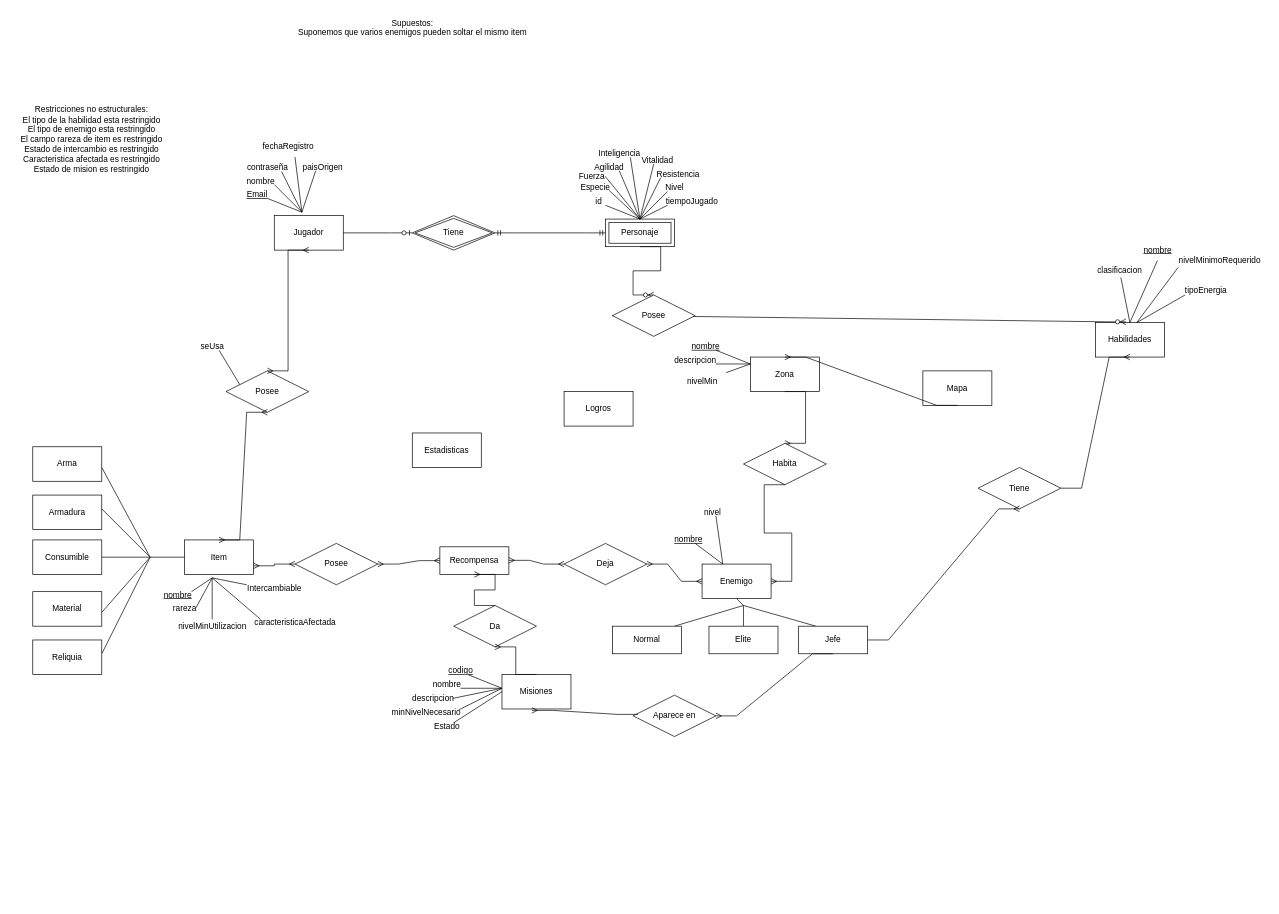
Before: Parte1.drawio in MartinAlonsoo/Obligatorio1BD2, a draw.io diagram. Source tidied: cells renumbered, new cells numbered last; positions are measured from the earlier drawing's top-left corner, leaving out a move shared by most shapes. Both pictures are drawn from the tidied source at 69%, with x=0, y=0 at pixel (12, 12).
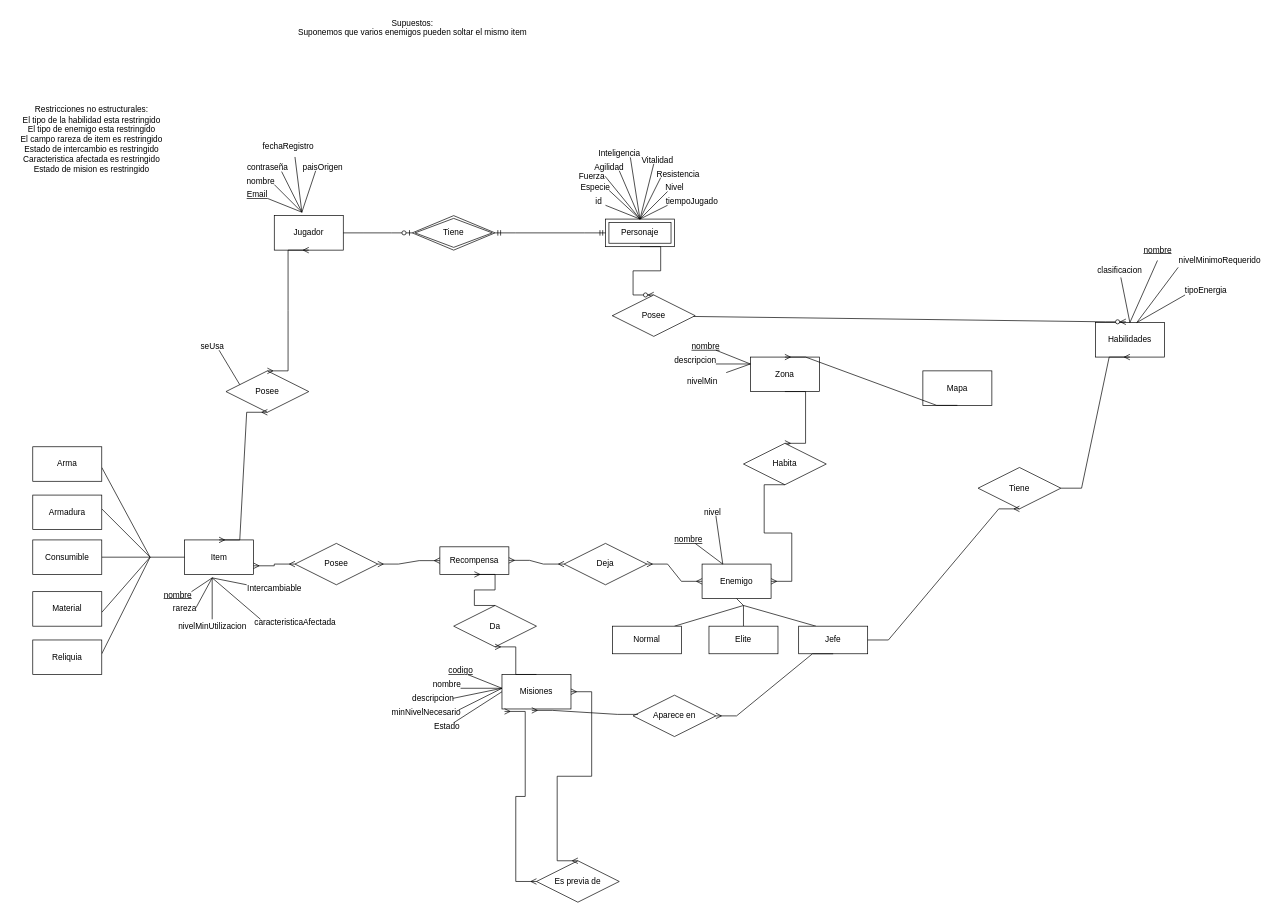
Above is the later version.

Commit message:
Mer Funcionalmente Terminado

The change refers to these unchanged cells:
```xml
<mxCell id="27" value="Misiones" style="rounded=0;whiteSpace=wrap;html=1;" parent="1" vertex="1">
  <mxGeometry x="710" y="960" width="100" height="50" as="geometry" />
</mxCell>
```

Diff of the diagram source:
```diff
@@
-    <mxCell id="6" value="Estadisticas" style="rounded=0;whiteSpace=wrap;html=1;" parent="1" vertex="1">
-      <mxGeometry x="580" y="610" width="100" height="50" as="geometry" />
-    </mxCell>
-    <mxCell id="7" value="Logros" style="rounded=0;whiteSpace=wrap;html=1;" parent="1" vertex="1">
-      <mxGeometry x="800" y="550" width="100" height="50" as="geometry" />
-    </mxCell>
@@
+    <mxCell id="115" value="Es previa de" style="shape=rhombus;perimeter=rhombusPerimeter;whiteSpace=wrap;html=1;align=center;" parent="1" vertex="1">
+      <mxGeometry x="760" y="1230" width="120" height="60" as="geometry" />
+    </mxCell>
+    <mxCell id="116" style="edgeStyle=entityRelationEdgeStyle;fontSize=12;html=1;endArrow=ERmany;startArrow=ERmany;rounded=0;exitX=0.037;exitY=1.071;exitDx=0;exitDy=0;entryX=0;entryY=0.5;entryDx=0;entryDy=0;exitPerimeter=0;" parent="1" edge="1" source="27" target="115">
+      <mxGeometry relative="1" as="geometry">
+        <Array as="points">
+          <mxPoint x="589.4" y="1207.5" />
+          <mxPoint x="579.4" y="1177.5" />
+          <mxPoint x="650" y="1160" />
+          <mxPoint x="589.4" y="1177.5" />
+          <mxPoint x="629.4" y="1247.5" />
+        </Array>
+      </mxGeometry>
+    </mxCell>
+    <mxCell id="117" style="edgeStyle=entityRelationEdgeStyle;fontSize=12;html=1;endArrow=ERmany;startArrow=ERmany;rounded=0;exitX=1;exitY=0.5;exitDx=0;exitDy=0;entryX=0.5;entryY=0;entryDx=0;entryDy=0;" parent="1" edge="1" source="27" target="115">
+      <mxGeometry relative="1" as="geometry">
+        <Array as="points">
+          <mxPoint x="829.4" y="1233.5" />
+          <mxPoint x="950" y="1140" />
+          <mxPoint x="880" y="1260" />
+          <mxPoint x="940" y="1240" />
+          <mxPoint x="819.4" y="1203.5" />
+          <mxPoint x="890" y="1186" />
+          <mxPoint x="829.4" y="1203.5" />
+          <mxPoint x="869.4" y="1273.5" />
+        </Array>
+      </mxGeometry>
+    </mxCell>
```
